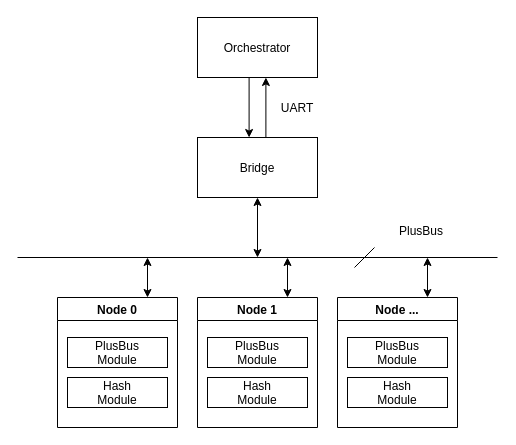
The draw.io diagram figures/prototype/high_level_overview/high_level_overview.drawio in Niclasapdk/ESD3_project, before the edit. Source tidied: cells renumbered, new cells numbered last; positions are measured from the earlier drawing's top-left corner, leaving out a move shared by most shapes. Both pictures are drawn from the tidied source at 100%, with x=0, y=0 at pixel (17, 17).
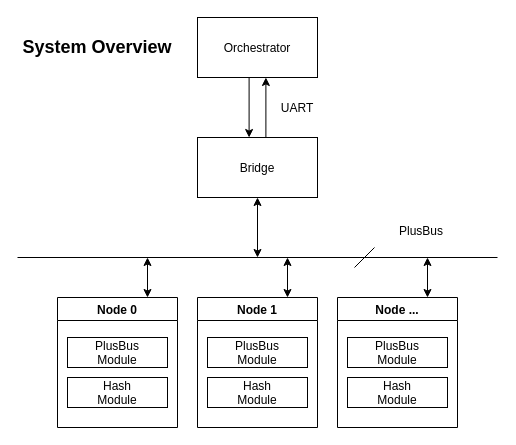
The same diagram, later.

Diff of the diagram source:
```diff
@@
+    <mxCell id="23" value="&lt;font style=&quot;font-size: 18px;&quot;&gt;&lt;b&gt;System Overview&lt;/b&gt;&lt;/font&gt;" style="text;html=1;strokeColor=none;fillColor=none;align=center;verticalAlign=middle;whiteSpace=wrap;rounded=0;" parent="1" vertex="1">
+      <mxGeometry width="160" height="60" as="geometry" />
+    </mxCell>
```
